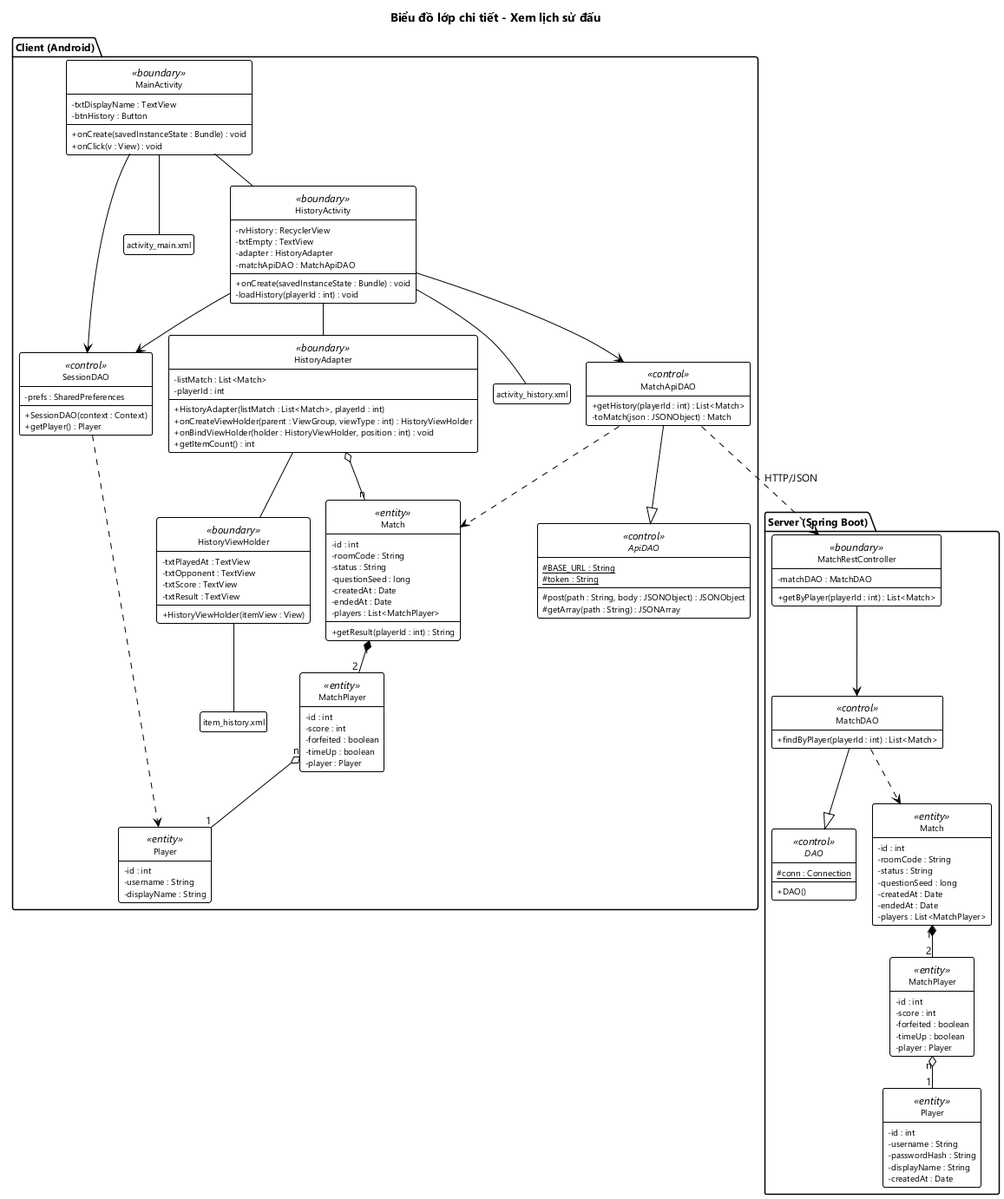
Before: docs/hung/lop-thiet-ke-uc06.png, a diagram exported from PlantUML (HungNguyenBa1811/math-dash).
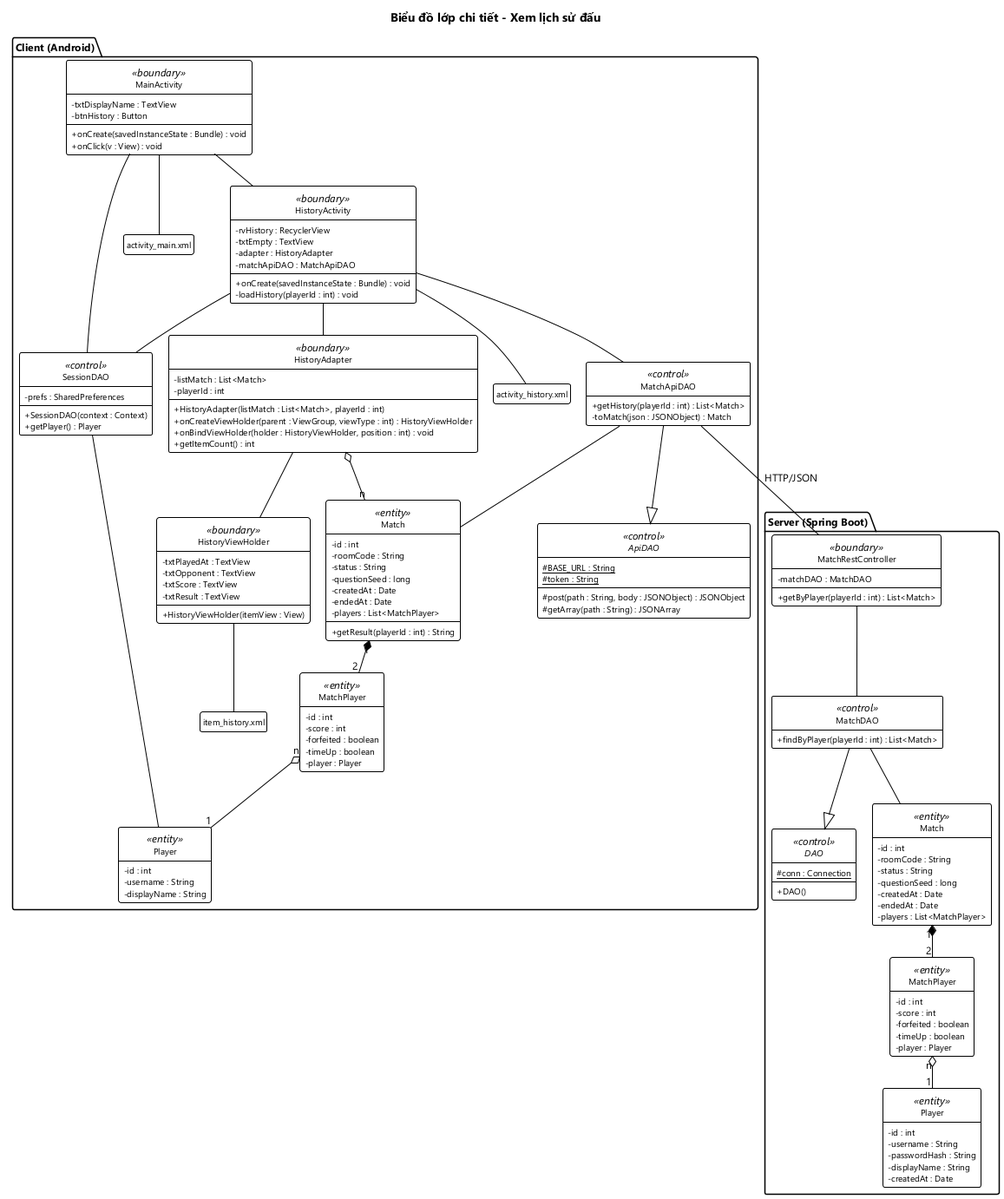
After the commit.

The edit, as a diff of the source:
```diff
@@ -114,24 +114,24 @@
 MainActivity -- HistoryActivity
 MainActivity -- xmlMain
 HistoryActivity -- xmlHistory
-MainActivity --> SessionDAO
-HistoryActivity --> SessionDAO
-HistoryActivity --> MatchApiDAO
+MainActivity -- SessionDAO
+HistoryActivity -- SessionDAO
+HistoryActivity -- MatchApiDAO
 HistoryActivity -- HistoryAdapter
 HistoryAdapter -- HistoryViewHolder
 HistoryViewHolder -- xmlItemHistory
 HistoryAdapter o-- "n" Match
 MatchApiDAO --|> ApiDAO
-MatchApiDAO ..> Match
-SessionDAO ..> Player
+MatchApiDAO -- Match
+SessionDAO -- Player
 Match "1" *-- "2" MatchPlayer
 MatchPlayer "n" o-- "1" Player
 
-MatchRestController --> MatchDAO
+MatchRestController -- MatchDAO
 MatchDAO --|> SDAO
-MatchDAO ..> SMatch
+MatchDAO -- SMatch
 SMatch "1" *-- "2" SMatchPlayer
 SMatchPlayer "n" o-- "1" SPlayer
 
-MatchApiDAO ..> MatchRestController : HTTP/JSON
+MatchApiDAO -- MatchRestController : HTTP/JSON
 @enduml
```
